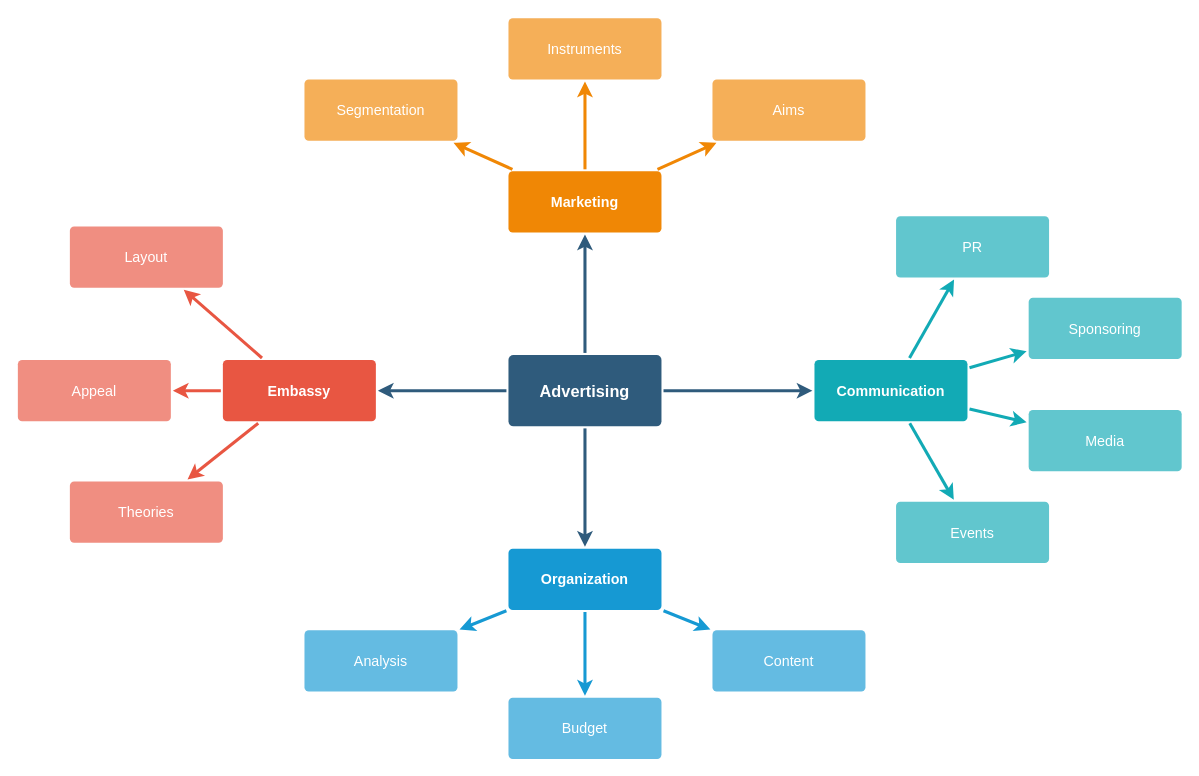
This is Untitled Diagram.drawio from 42atom/jsons, a draw.io file, before an edit. Source tidied: cells renumbered, new cells numbered last; positions are measured from the earlier drawing's top-left corner, leaving out a move shared by most shapes. Both pictures are drawn from the tidied source at 102%, with x=0, y=0 at pixel (17, 17).
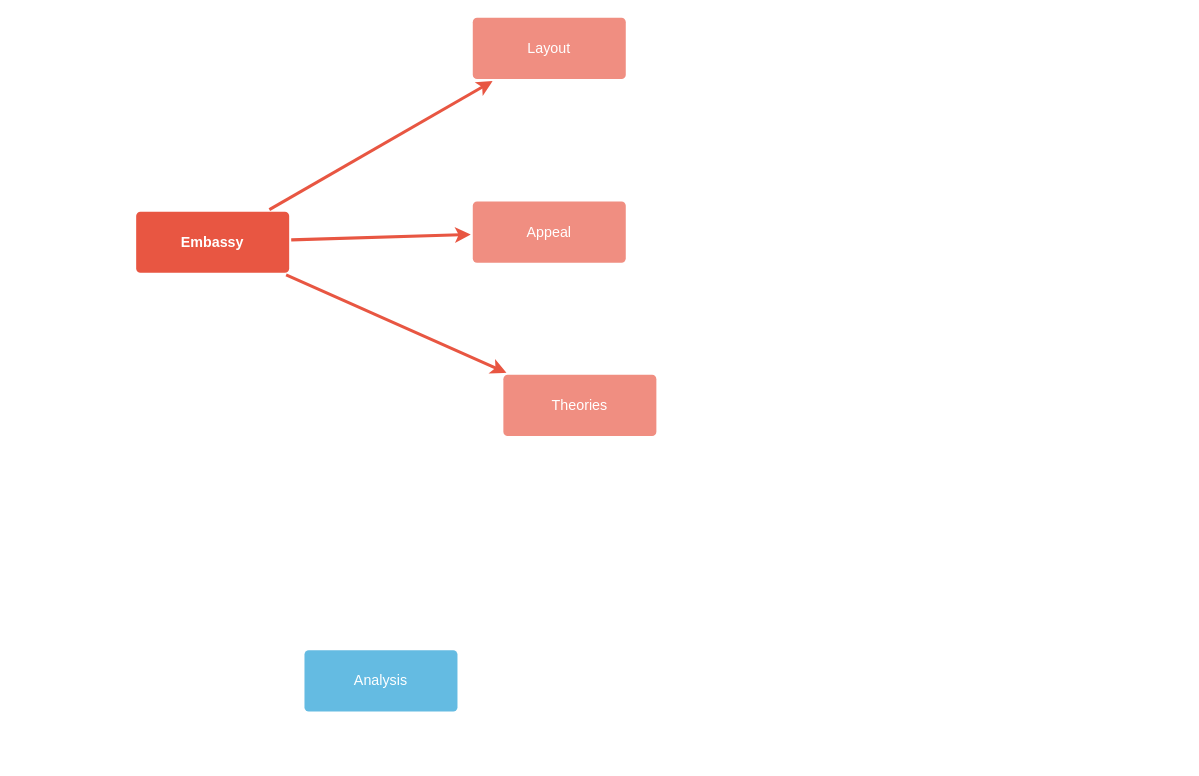
After the change.

Change to the diagram source:
```diff
@@
-    <mxCell id="2" style="edgeStyle=none;rounded=0;jumpStyle=none;html=1;shadow=0;labelBackgroundColor=none;startArrow=none;startFill=0;endArrow=classic;endFill=1;jettySize=auto;strokeColor=#2F5B7C;strokeWidth=3;fontFamily=Helvetica;fontSize=16;fontColor=#23445D;spacing=5;" parent="1" edge="1" source="6" target="21">
-      <mxGeometry relative="1" as="geometry" />
-    </mxCell>
-    <mxCell id="3" style="edgeStyle=none;rounded=0;jumpStyle=none;html=1;shadow=0;labelBackgroundColor=none;startArrow=none;startFill=0;endArrow=classic;endFill=1;jettySize=auto;strokeColor=#2F5B7C;strokeWidth=3;fontFamily=Helvetica;fontSize=16;fontColor=#23445D;spacing=5;" parent="1" edge="1" source="6" target="28">
-      <mxGeometry relative="1" as="geometry" />
-    </mxCell>
-    <mxCell id="4" style="edgeStyle=none;rounded=0;jumpStyle=none;html=1;shadow=0;labelBackgroundColor=none;startArrow=none;startFill=0;endArrow=classic;endFill=1;jettySize=auto;strokeColor=#2F5B7C;strokeWidth=3;fontFamily=Helvetica;fontSize=16;fontColor=#23445D;spacing=5;" parent="1" edge="1" source="6" target="17">
-      <mxGeometry relative="1" as="geometry" />
-    </mxCell>
-    <mxCell id="5" style="edgeStyle=none;rounded=0;jumpStyle=none;html=1;shadow=0;labelBackgroundColor=none;startArrow=none;startFill=0;endArrow=classic;endFill=1;jettySize=auto;strokeColor=#2F5B7C;strokeWidth=3;fontFamily=Helvetica;fontSize=16;fontColor=#23445D;spacing=5;" parent="1" edge="1" source="6" target="10">
-      <mxGeometry relative="1" as="geometry" />
-    </mxCell>
-    <mxCell id="6" value="Advertising" style="rounded=1;whiteSpace=wrap;html=1;shadow=0;labelBackgroundColor=none;strokeColor=none;strokeWidth=3;fillColor=#2F5B7C;fontFamily=Helvetica;fontSize=16;fontColor=#FFFFFF;align=center;fontStyle=1;spacing=5;arcSize=7;perimeterSpacing=2;" parent="1" vertex="1">
-      <mxGeometry x="481" y="330.5" width="150" height="70" as="geometry" />
-    </mxCell>
@@
     <mxCell id="10" value="Embassy" style="rounded=1;whiteSpace=wrap;html=1;shadow=0;labelBackgroundColor=none;strokeColor=none;strokeWidth=3;fillColor=#e85642;fontFamily=Helvetica;fontSize=14;fontColor=#FFFFFF;align=center;spacing=5;fontStyle=1;arcSize=7;perimeterSpacing=2;" parent="1" vertex="1">
-      <mxGeometry x="201" y="335.5" width="150" height="60" as="geometry" />
+      <mxGeometry x="116" y="190" width="150" height="60" as="geometry" />
     </mxCell>
     <mxCell id="11" value="Theories" style="rounded=1;whiteSpace=wrap;html=1;shadow=0;labelBackgroundColor=none;strokeColor=none;strokeWidth=3;fillColor=#f08e81;fontFamily=Helvetica;fontSize=14;fontColor=#FFFFFF;align=center;spacing=5;fontStyle=0;arcSize=7;perimeterSpacing=2;" parent="1" vertex="1">
-      <mxGeometry x="51" y="454.5" width="150" height="60" as="geometry" />
+      <mxGeometry x="476" y="350" width="150" height="60" as="geometry" />
     </mxCell>
     <mxCell id="12" value="Appeal" style="rounded=1;whiteSpace=wrap;html=1;shadow=0;labelBackgroundColor=none;strokeColor=none;strokeWidth=3;fillColor=#f08e81;fontFamily=Helvetica;fontSize=14;fontColor=#FFFFFF;align=center;spacing=5;fontStyle=0;arcSize=7;perimeterSpacing=2;" parent="1" vertex="1">
-      <mxGeometry y="335.5" width="150" height="60" as="geometry" />
+      <mxGeometry x="446" y="180" width="150" height="60" as="geometry" />
     </mxCell>
     <mxCell id="13" value="Layout" style="rounded=1;whiteSpace=wrap;html=1;shadow=0;labelBackgroundColor=none;strokeColor=none;strokeWidth=3;fillColor=#f08e81;fontFamily=Helvetica;fontSize=14;fontColor=#FFFFFF;align=center;spacing=5;fontStyle=0;arcSize=7;perimeterSpacing=2;" parent="1" vertex="1">
-      <mxGeometry x="51" y="204.5" width="150" height="60" as="geometry" />
+      <mxGeometry x="446" width="150" height="60" as="geometry" />
     </mxCell>
-    <mxCell id="14" style="edgeStyle=none;rounded=0;jumpStyle=none;html=1;shadow=0;labelBackgroundColor=none;startArrow=none;startFill=0;endArrow=classic;endFill=1;jettySize=auto;strokeColor=#1699D3;strokeWidth=3;fontFamily=Helvetica;fontSize=14;fontColor=#FFFFFF;spacing=5;" parent="1" edge="1" source="17" target="20">
-      <mxGeometry relative="1" as="geometry" />
-    </mxCell>
-    <mxCell id="15" style="edgeStyle=none;rounded=0;jumpStyle=none;html=1;shadow=0;labelBackgroundColor=none;startArrow=none;startFill=0;endArrow=classic;endFill=1;jettySize=auto;strokeColor=#1699D3;strokeWidth=3;fontFamily=Helvetica;fontSize=14;fontColor=#FFFFFF;spacing=5;" parent="1" edge="1" source="17" target="19">
-      <mxGeometry relative="1" as="geometry" />
-    </mxCell>
-    <mxCell id="16" style="edgeStyle=none;rounded=0;jumpStyle=none;html=1;shadow=0;labelBackgroundColor=none;startArrow=none;startFill=0;endArrow=classic;endFill=1;jettySize=auto;strokeColor=#1699D3;strokeWidth=3;fontFamily=Helvetica;fontSize=14;fontColor=#FFFFFF;spacing=5;" parent="1" edge="1" source="17" target="18">
-      <mxGeometry relative="1" as="geometry" />
-    </mxCell>
-    <mxCell id="17" value="Organization" style="rounded=1;whiteSpace=wrap;html=1;shadow=0;labelBackgroundColor=none;strokeColor=none;strokeWidth=3;fillColor=#1699d3;fontFamily=Helvetica;fontSize=14;fontColor=#FFFFFF;align=center;spacing=5;fontStyle=1;arcSize=7;perimeterSpacing=2;" parent="1" vertex="1">
-      <mxGeometry x="481" y="520.5" width="150" height="60" as="geometry" />
-    </mxCell>
-    <mxCell id="18" value="Content" style="rounded=1;whiteSpace=wrap;html=1;shadow=0;labelBackgroundColor=none;strokeColor=none;strokeWidth=3;fillColor=#64bbe2;fontFamily=Helvetica;fontSize=14;fontColor=#FFFFFF;align=center;spacing=5;arcSize=7;perimeterSpacing=2;" parent="1" vertex="1">
-      <mxGeometry x="681" y="600.5" width="150" height="60" as="geometry" />
-    </mxCell>
-    <mxCell id="19" value="Budget" style="rounded=1;whiteSpace=wrap;html=1;shadow=0;labelBackgroundColor=none;strokeColor=none;strokeWidth=3;fillColor=#64bbe2;fontFamily=Helvetica;fontSize=14;fontColor=#FFFFFF;align=center;spacing=5;arcSize=7;perimeterSpacing=2;" parent="1" vertex="1">
-      <mxGeometry x="481" y="666.5" width="150" height="60" as="geometry" />
-    </mxCell>
     <mxCell id="20" value="Analysis" style="rounded=1;whiteSpace=wrap;html=1;shadow=0;labelBackgroundColor=none;strokeColor=none;strokeWidth=3;fillColor=#64bbe2;fontFamily=Helvetica;fontSize=14;fontColor=#FFFFFF;align=center;spacing=5;arcSize=7;perimeterSpacing=2;" parent="1" vertex="1">
-      <mxGeometry x="281" y="600.5" width="150" height="60" as="geometry" />
+      <mxGeometry x="281" y="620" width="150" height="60" as="geometry" />
     </mxCell>
-    <mxCell id="21" value="Marketing" style="rounded=1;whiteSpace=wrap;html=1;shadow=0;labelBackgroundColor=none;strokeColor=none;strokeWidth=3;fillColor=#F08705;fontFamily=Helvetica;fontSize=14;fontColor=#FFFFFF;align=center;spacing=5;fontStyle=1;arcSize=7;perimeterSpacing=2;" parent="1" vertex="1">
-      <mxGeometry x="481" y="150.5" width="150" height="60" as="geometry" />
-    </mxCell>
-    <mxCell id="22" value="Aims&lt;br&gt;" style="rounded=1;whiteSpace=wrap;html=1;shadow=0;labelBackgroundColor=none;strokeColor=none;strokeWidth=3;fillColor=#f5af58;fontFamily=Helvetica;fontSize=14;fontColor=#FFFFFF;align=center;spacing=5;arcSize=7;perimeterSpacing=2;" parent="1" vertex="1">
-      <mxGeometry x="681" y="60.5" width="150" height="60" as="geometry" />
-    </mxCell>
-    <mxCell id="23" style="edgeStyle=none;rounded=0;jumpStyle=none;html=1;shadow=0;labelBackgroundColor=none;startArrow=none;startFill=0;endArrow=classic;endFill=1;jettySize=auto;strokeColor=#F08705;strokeWidth=3;fontFamily=Helvetica;fontSize=14;fontColor=#FFFFFF;spacing=5;" parent="1" edge="1" source="21" target="22">
-      <mxGeometry relative="1" as="geometry" />
-    </mxCell>
-    <mxCell id="24" value="Instruments" style="rounded=1;whiteSpace=wrap;html=1;shadow=0;labelBackgroundColor=none;strokeColor=none;strokeWidth=3;fillColor=#f5af58;fontFamily=Helvetica;fontSize=14;fontColor=#FFFFFF;align=center;spacing=5;arcSize=7;perimeterSpacing=2;" parent="1" vertex="1">
-      <mxGeometry x="481" y="0.5" width="150" height="60" as="geometry" />
-    </mxCell>
-    <mxCell id="25" style="edgeStyle=none;rounded=0;jumpStyle=none;html=1;shadow=0;labelBackgroundColor=none;startArrow=none;startFill=0;endArrow=classic;endFill=1;jettySize=auto;strokeColor=#F08705;strokeWidth=3;fontFamily=Helvetica;fontSize=14;fontColor=#FFFFFF;spacing=5;" parent="1" edge="1" source="21" target="24">
-      <mxGeometry relative="1" as="geometry" />
-    </mxCell>
-    <mxCell id="26" value="Segmentation" style="rounded=1;whiteSpace=wrap;html=1;shadow=0;labelBackgroundColor=none;strokeColor=none;strokeWidth=3;fillColor=#f5af58;fontFamily=Helvetica;fontSize=14;fontColor=#FFFFFF;align=center;spacing=5;arcSize=7;perimeterSpacing=2;" parent="1" vertex="1">
-      <mxGeometry x="281" y="60.5" width="150" height="60" as="geometry" />
-    </mxCell>
-    <mxCell id="27" style="edgeStyle=none;rounded=0;jumpStyle=none;html=1;shadow=0;labelBackgroundColor=none;startArrow=none;startFill=0;endArrow=classic;endFill=1;jettySize=auto;strokeColor=#F08705;strokeWidth=3;fontFamily=Helvetica;fontSize=14;fontColor=#FFFFFF;spacing=5;" parent="1" edge="1" source="21" target="26">
-      <mxGeometry relative="1" as="geometry" />
-    </mxCell>
-    <mxCell id="28" value="Communication" style="rounded=1;whiteSpace=wrap;html=1;shadow=0;labelBackgroundColor=none;strokeColor=none;strokeWidth=3;fillColor=#12aab5;fontFamily=Helvetica;fontSize=14;fontColor=#FFFFFF;align=center;spacing=5;fontStyle=1;arcSize=7;perimeterSpacing=2;" parent="1" vertex="1">
-      <mxGeometry x="781" y="335.5" width="150" height="60" as="geometry" />
-    </mxCell>
-    <mxCell id="29" value="Events" style="rounded=1;whiteSpace=wrap;html=1;shadow=0;labelBackgroundColor=none;strokeColor=none;strokeWidth=3;fillColor=#61c6ce;fontFamily=Helvetica;fontSize=14;fontColor=#FFFFFF;align=center;spacing=5;fontStyle=0;arcSize=7;perimeterSpacing=2;" parent="1" vertex="1">
-      <mxGeometry x="861" y="474.5" width="150" height="60" as="geometry" />
-    </mxCell>
-    <mxCell id="30" style="edgeStyle=none;rounded=1;jumpStyle=none;html=1;shadow=0;labelBackgroundColor=none;startArrow=none;startFill=0;jettySize=auto;strokeColor=#12AAB5;strokeWidth=3;fontFamily=Helvetica;fontSize=14;fontColor=#FFFFFF;spacing=5;fontStyle=1;fillColor=#b0e3e6;" parent="1" edge="1" source="28" target="29">
-      <mxGeometry relative="1" as="geometry" />
-    </mxCell>
-    <mxCell id="31" value="Media" style="rounded=1;whiteSpace=wrap;html=1;shadow=0;labelBackgroundColor=none;strokeColor=none;strokeWidth=3;fillColor=#61c6ce;fontFamily=Helvetica;fontSize=14;fontColor=#FFFFFF;align=center;spacing=5;fontStyle=0;arcSize=7;perimeterSpacing=2;" parent="1" vertex="1">
-      <mxGeometry x="991" y="384.5" width="150" height="60" as="geometry" />
-    </mxCell>
-    <mxCell id="32" style="edgeStyle=none;rounded=1;jumpStyle=none;html=1;shadow=0;labelBackgroundColor=none;startArrow=none;startFill=0;jettySize=auto;strokeColor=#12AAB5;strokeWidth=3;fontFamily=Helvetica;fontSize=14;fontColor=#FFFFFF;spacing=5;fontStyle=1;fillColor=#b0e3e6;" parent="1" edge="1" source="28" target="31">
-      <mxGeometry relative="1" as="geometry" />
-    </mxCell>
-    <mxCell id="33" value="Sponsoring" style="rounded=1;whiteSpace=wrap;html=1;shadow=0;labelBackgroundColor=none;strokeColor=none;strokeWidth=3;fillColor=#61c6ce;fontFamily=Helvetica;fontSize=14;fontColor=#FFFFFF;align=center;spacing=5;fontStyle=0;arcSize=7;perimeterSpacing=2;" parent="1" vertex="1">
-      <mxGeometry x="991" y="274.5" width="150" height="60" as="geometry" />
-    </mxCell>
-    <mxCell id="34" style="edgeStyle=none;rounded=1;jumpStyle=none;html=1;shadow=0;labelBackgroundColor=none;startArrow=none;startFill=0;jettySize=auto;strokeColor=#12AAB5;strokeWidth=3;fontFamily=Helvetica;fontSize=14;fontColor=#FFFFFF;spacing=5;fontStyle=1;fillColor=#b0e3e6;" parent="1" edge="1" source="28" target="33">
-      <mxGeometry relative="1" as="geometry" />
-    </mxCell>
-    <mxCell id="35" value="PR" style="rounded=1;whiteSpace=wrap;html=1;shadow=0;labelBackgroundColor=none;strokeColor=none;strokeWidth=3;fillColor=#61c6ce;fontFamily=Helvetica;fontSize=14;fontColor=#FFFFFF;align=center;spacing=5;fontStyle=0;arcSize=7;perimeterSpacing=2;" parent="1" vertex="1">
-      <mxGeometry x="861" y="194.5" width="150" height="60" as="geometry" />
-    </mxCell>
-    <mxCell id="36" style="edgeStyle=none;rounded=1;jumpStyle=none;html=1;shadow=0;labelBackgroundColor=none;startArrow=none;startFill=0;jettySize=auto;strokeColor=#12AAB5;strokeWidth=3;fontFamily=Helvetica;fontSize=14;fontColor=#FFFFFF;spacing=5;fontStyle=1;fillColor=#b0e3e6;" parent="1" edge="1" source="28" target="35">
-      <mxGeometry relative="1" as="geometry" />
-    </mxCell>
```
